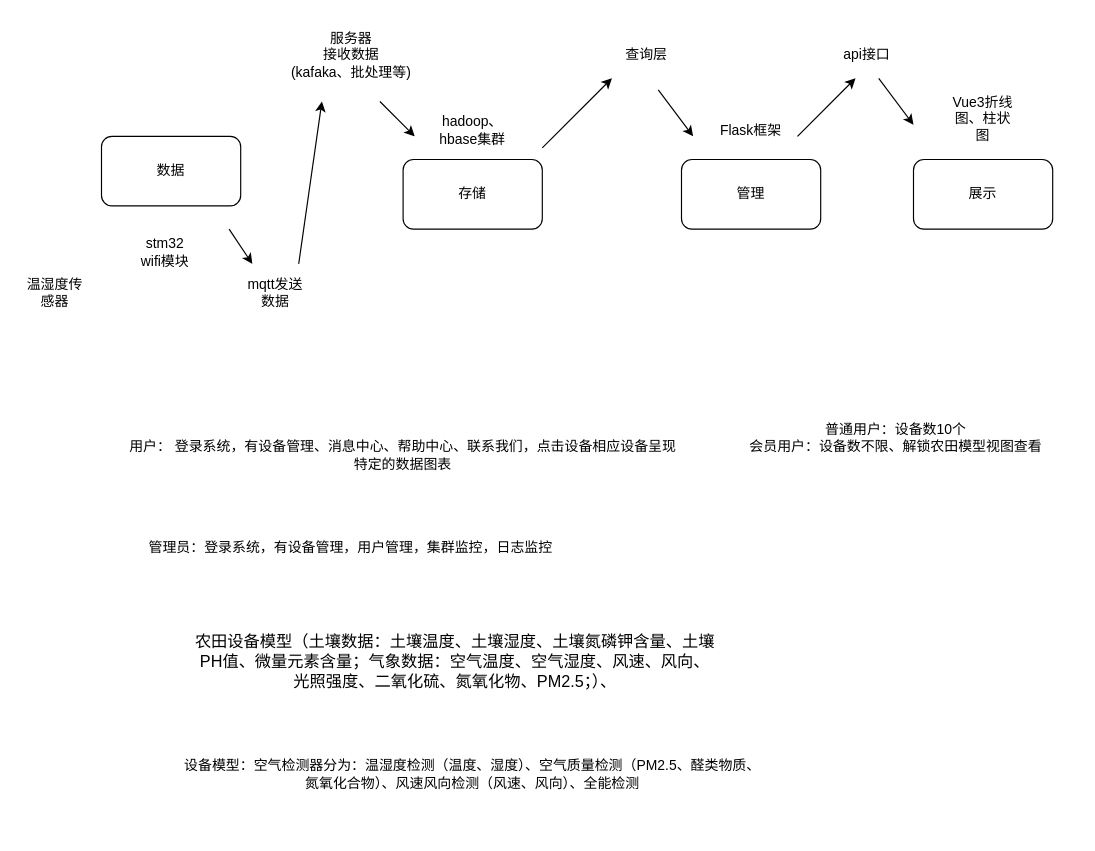
Above: NexusScale.drawio in HarmmerRay/NexusScale-Manage (draw.io), before the change. Source tidied: cells renumbered, new cells numbered last; positions are measured from the earlier drawing's top-left corner, leaving out a move shared by most shapes. Both pictures are drawn from the tidied source at 116%, with x=0, y=0 at pixel (20, 20).
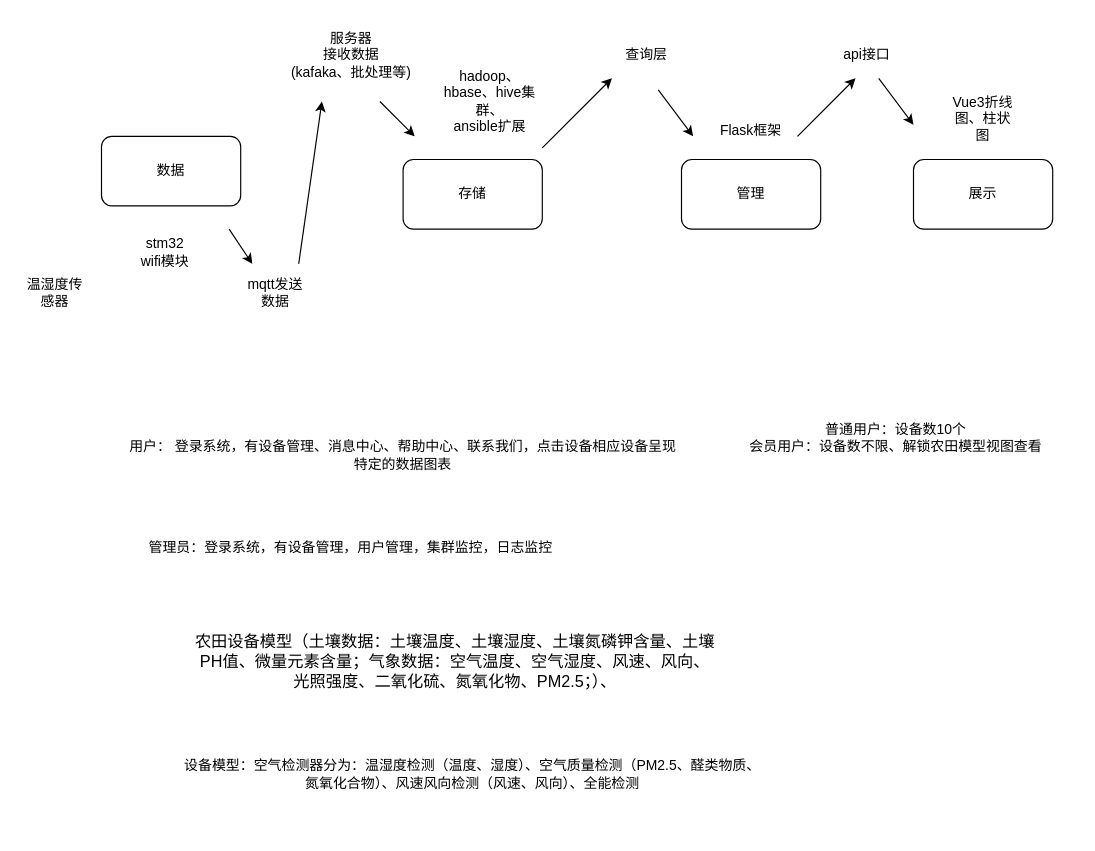
The same page after the edit.

Change to the diagram source:
```diff
@@
-    <mxCell id="10" value="hadoop、&lt;div&gt;hbase集群&lt;/div&gt;" style="text;html=1;align=center;verticalAlign=middle;whiteSpace=wrap;rounded=0;" parent="1" vertex="1">
-      <mxGeometry x="360" y="80" width="60" height="30" as="geometry" />
+    <mxCell id="10" value="hadoop、&lt;div&gt;hbase、hive集群、&lt;/div&gt;&lt;div&gt;ansible扩展&lt;/div&gt;" style="text;html=1;align=center;verticalAlign=middle;whiteSpace=wrap;rounded=0;" parent="1" vertex="1">
+      <mxGeometry x="360" y="30" width="90" height="80" as="geometry" />
     </mxCell>
```
